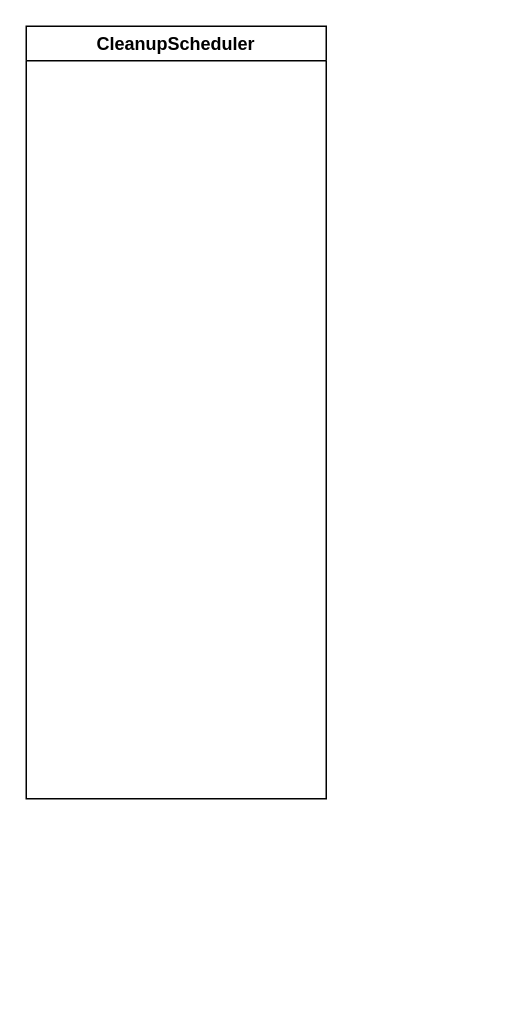
This is page "Cleanup the obsolete workers" (1 of 2) of kafka-zeebe-connect.drawio from minhtran-q/zeebe-kafka-connect, a draw.io file, before an edit. Source tidied: cells renumbered, new cells numbered last; positions are measured from the earlier drawing's top-left corner, leaving out a move shared by most shapes. Both pictures are drawn from the tidied source at 150%, with x=0, y=0 at pixel (26, 26).
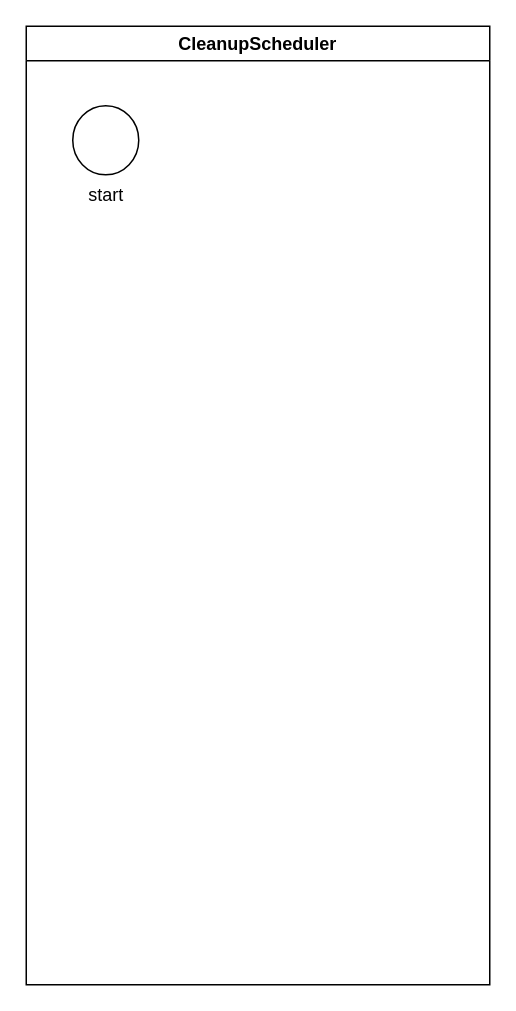
After the change.

Change to the diagram source:
```diff
@@
 <mxGraphModel>
   <root>
     <mxCell id="0" />
     <mxCell id="1" parent="0" />
     <mxCell id="2" value="CleanupScheduler" style="swimlane;" parent="1" vertex="1">
-      <mxGeometry width="200" height="515" as="geometry" />
+      <mxGeometry width="309" height="639" as="geometry" />
     </mxCell>
+    <mxCell id="3" value="start" style="verticalLabelPosition=bottom;verticalAlign=top;html=1;shape=mxgraph.flowchart.on-page_reference;" parent="2" vertex="1">
+      <mxGeometry x="31" y="53" width="44" height="46" as="geometry" />
+    </mxCell>
   </root>
 </mxGraphModel>
```
